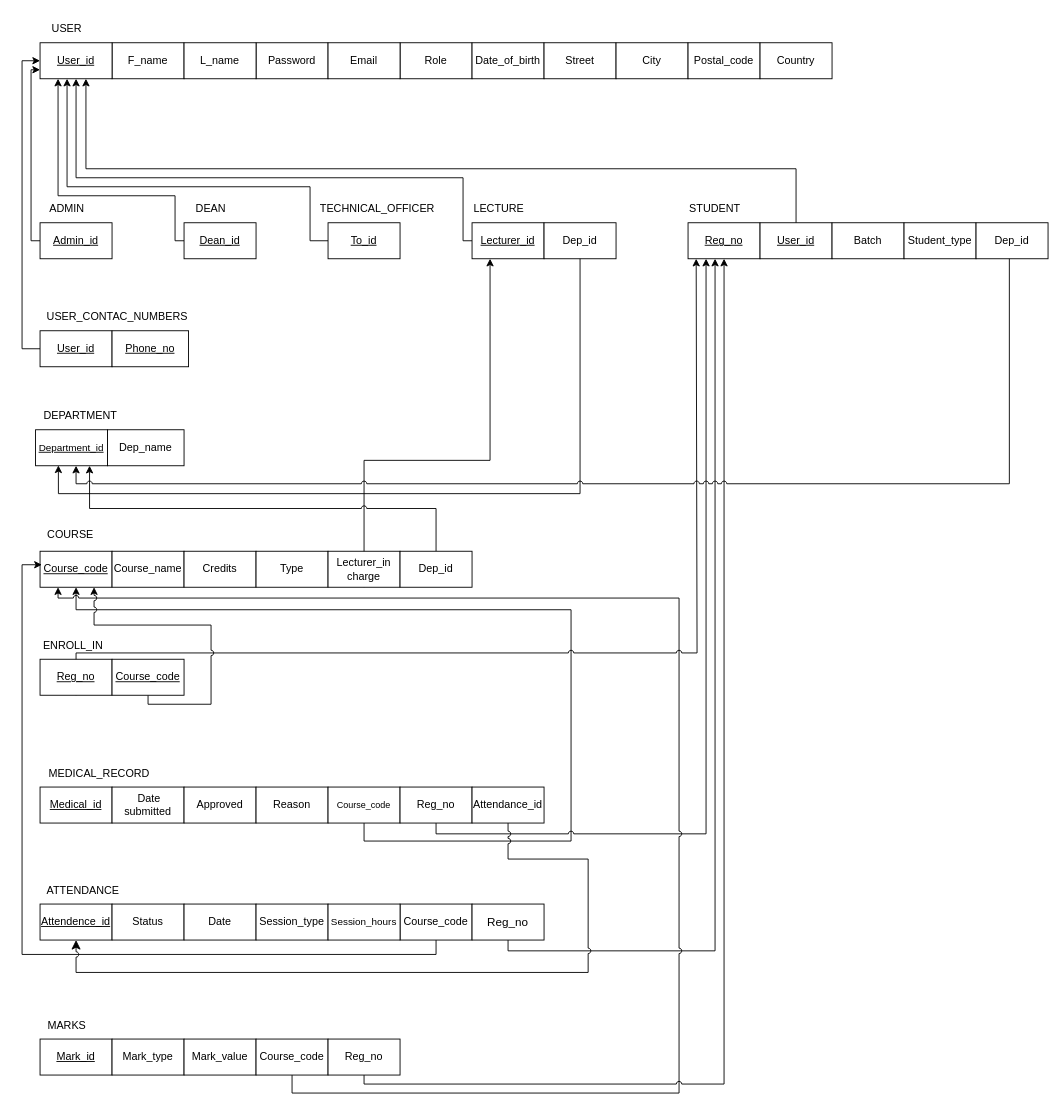
This is page "Page-2" (1 of 2) of Updated EER and Mapping/EER and Mapping.drawio from dilusharadeeshan/Student-Management-System, a draw.io file, before an edit. Source tidied: cells renumbered, new cells numbered last; positions are measured from the earlier drawing's top-left corner, leaving out a move shared by most shapes. Both pictures are drawn from the tidied source at 90%, with x=0, y=0 at pixel (22, 15).
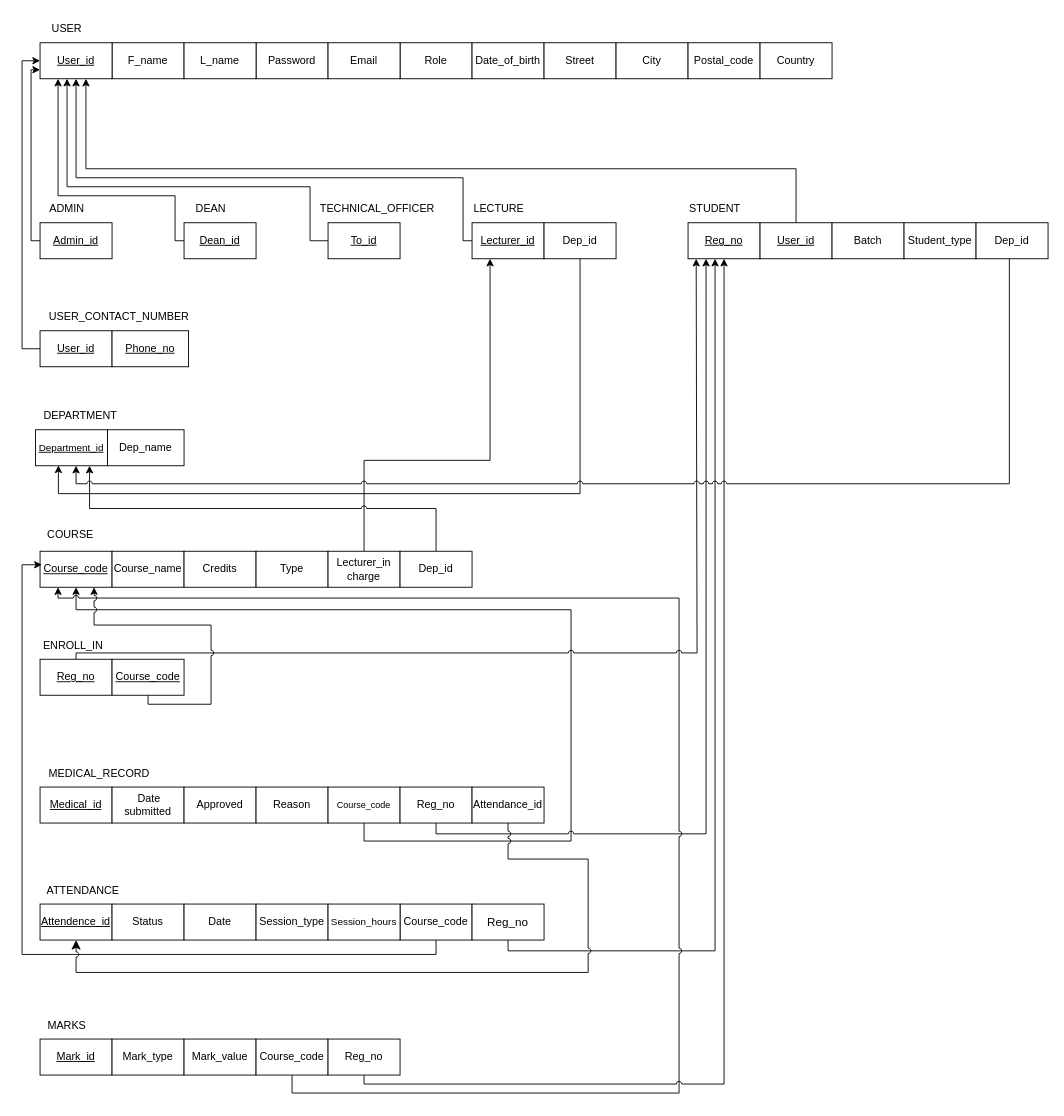
After the change.

Change to the diagram source:
```diff
@@
-    <mxCell id="35" value="USER_CONTAC_NUMBERS" style="text;html=1;align=center;verticalAlign=middle;whiteSpace=wrap;rounded=0;" parent="1" vertex="1">
-      <mxGeometry x="76" y="320" width="60" height="30" as="geometry" />
+    <mxCell id="35" value="USER_CONTACT_NUMBER" style="text;html=1;align=center;verticalAlign=middle;whiteSpace=wrap;rounded=0;" parent="1" vertex="1">
+      <mxGeometry x="78" y="320" width="60" height="30" as="geometry" />
     </mxCell>
```
